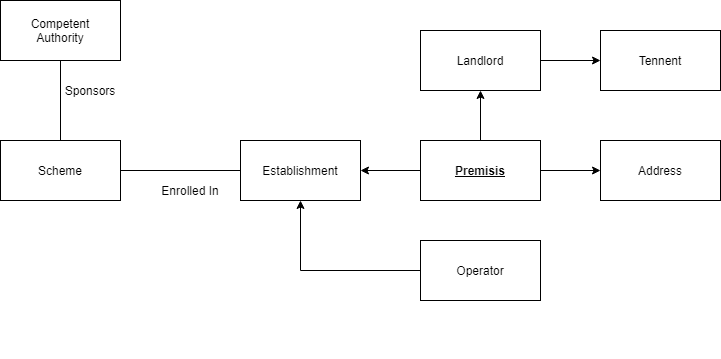
Before: docs/entities/diagrams/Scheme.png, a diagram exported from draw.io (sheppard-ds/NH_ADMM). Source tidied: cells renumbered, new cells last; positions are measured from the earlier drawing's top-left corner, leaving out a move shared by most shapes. Source of this version:
```xml
<mxGraphModel>
  <root>
    <mxCell id="0" />
    <mxCell id="1" parent="0" />
    <mxCell id="2" value="Scheme" style="rounded=0;whiteSpace=wrap;html=1;" parent="1" vertex="1">
      <mxGeometry y="140" width="120" height="60" as="geometry" />
    </mxCell>
    <mxCell id="3" value="Establishment" style="rounded=0;whiteSpace=wrap;html=1;" parent="1" vertex="1">
      <mxGeometry x="240" y="140" width="120" height="60" as="geometry" />
    </mxCell>
    <mxCell id="4" value="Competent&lt;br&gt;Authority" style="rounded=0;whiteSpace=wrap;html=1;" parent="1" vertex="1">
      <mxGeometry width="120" height="60" as="geometry" />
    </mxCell>
    <mxCell id="5" style="edgeStyle=none;rounded=0;orthogonalLoop=1;jettySize=auto;html=1;entryX=1;entryY=0.5;entryDx=0;entryDy=0;" parent="1" edge="1">
      <mxGeometry relative="1" as="geometry">
        <mxPoint x="230" y="350" as="sourcePoint" />
        <mxPoint x="230" y="350" as="targetPoint" />
      </mxGeometry>
    </mxCell>
    <mxCell id="6" style="endArrow=none;html=1;entryX=0;entryY=0.5;entryDx=0;entryDy=0;exitX=1;exitY=0.5;exitDx=0;exitDy=0;" parent="1" edge="1">
      <mxGeometry relative="1" as="geometry">
        <mxPoint x="120" y="170" as="sourcePoint" />
        <mxPoint x="240" y="170" as="targetPoint" />
      </mxGeometry>
    </mxCell>
    <mxCell id="7" value="Enrolled In" style="text;html=1;strokeColor=none;fillColor=none;align=center;verticalAlign=middle;whiteSpace=wrap;rounded=0;" parent="1" vertex="1">
      <mxGeometry x="160" y="180" width="60" height="20" as="geometry" />
    </mxCell>
    <mxCell id="8" style="endArrow=none;html=1;entryX=0.5;entryY=1;entryDx=0;entryDy=0;exitX=0.5;exitY=0;exitDx=0;exitDy=0;" parent="1" edge="1" source="2" target="4">
      <mxGeometry relative="1" as="geometry" />
    </mxCell>
    <mxCell id="9" value="Sponsors" style="text;html=1;strokeColor=none;fillColor=none;align=center;verticalAlign=middle;whiteSpace=wrap;rounded=0;" parent="1" vertex="1">
      <mxGeometry x="70" y="80" width="40" height="20" as="geometry" />
    </mxCell>
    <mxCell id="10" style="edgeStyle=orthogonalEdgeStyle;rounded=0;jettySize=auto;html=1;" parent="1" edge="1" source="13" target="3">
      <mxGeometry relative="1" as="geometry" />
    </mxCell>
    <mxCell id="11" style="edgeStyle=orthogonalEdgeStyle;rounded=0;jettySize=auto;html=1;" parent="1" edge="1" source="13" target="14">
      <mxGeometry relative="1" as="geometry" />
    </mxCell>
    <mxCell id="12" style="edgeStyle=orthogonalEdgeStyle;rounded=0;jettySize=auto;html=1;" parent="1" edge="1" source="13" target="16">
      <mxGeometry relative="1" as="geometry" />
    </mxCell>
    <mxCell id="13" value="&lt;b&gt;&lt;u&gt;Premisis&lt;/u&gt;&lt;/b&gt;" style="rounded=0;whiteSpace=wrap;html=1;" parent="1" vertex="1">
      <mxGeometry x="420" y="140" width="120" height="60" as="geometry" />
    </mxCell>
    <mxCell id="14" value="Address" style="rounded=0;whiteSpace=wrap;html=1;" parent="1" vertex="1">
      <mxGeometry x="600" y="140" width="120" height="60" as="geometry" />
    </mxCell>
    <mxCell id="15" style="edgeStyle=orthogonalEdgeStyle;rounded=0;jettySize=auto;html=1;" parent="1" edge="1" source="16" target="19">
      <mxGeometry relative="1" as="geometry" />
    </mxCell>
    <mxCell id="16" value="Landlord" style="rounded=0;whiteSpace=wrap;html=1;" parent="1" vertex="1">
      <mxGeometry x="420" y="30" width="120" height="60" as="geometry" />
    </mxCell>
    <mxCell id="17" style="edgeStyle=orthogonalEdgeStyle;rounded=0;jettySize=auto;html=1;entryX=0.5;entryY=1;entryDx=0;entryDy=0;" parent="1" edge="1" source="18" target="3">
      <mxGeometry relative="1" as="geometry" />
    </mxCell>
    <mxCell id="18" value="Operator" style="rounded=0;whiteSpace=wrap;html=1;" parent="1" vertex="1">
      <mxGeometry x="420" y="240" width="120" height="60" as="geometry" />
    </mxCell>
    <mxCell id="19" value="Tennent" style="rounded=0;whiteSpace=wrap;html=1;" parent="1" vertex="1">
      <mxGeometry x="600" y="30" width="120" height="60" as="geometry" />
    </mxCell>
  </root>
</mxGraphModel>
```
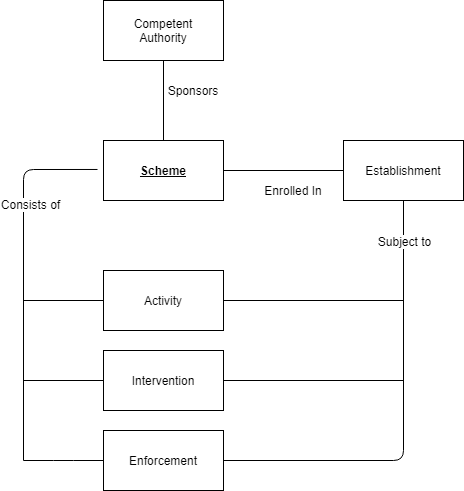
Later version of the same file.

The edit, as a diff of the source:
```diff
@@ -2,21 +2,82 @@
   <root>
     <mxCell id="0" />
     <mxCell id="1" parent="0" />
-    <mxCell id="2" value="Scheme" style="rounded=0;whiteSpace=wrap;html=1;" parent="1" vertex="1">
+    <mxCell id="2" value="&lt;b&gt;&lt;u&gt;Scheme&lt;/u&gt;&lt;/b&gt;" style="rounded=0;whiteSpace=wrap;html=1;" parent="1" vertex="1">
       <mxGeometry y="140" width="120" height="60" as="geometry" />
     </mxCell>
+    <mxCell id="20" value="Intervention" style="rounded=0;whiteSpace=wrap;html=1;" parent="1" vertex="1">
+      <mxGeometry y="350" width="120" height="60" as="geometry" />
+    </mxCell>
+    <mxCell id="21" value="Enforcement" style="rounded=0;whiteSpace=wrap;html=1;" parent="1" vertex="1">
+      <mxGeometry y="430" width="120" height="60" as="geometry" />
+    </mxCell>
     <mxCell id="3" value="Establishment" style="rounded=0;whiteSpace=wrap;html=1;" parent="1" vertex="1">
       <mxGeometry x="240" y="140" width="120" height="60" as="geometry" />
     </mxCell>
     <mxCell id="4" value="Competent&lt;br&gt;Authority" style="rounded=0;whiteSpace=wrap;html=1;" parent="1" vertex="1">
       <mxGeometry width="120" height="60" as="geometry" />
     </mxCell>
+    <mxCell id="22" style="endArrow=none;html=1;exitX=0;exitY=0.5;exitDx=0;exitDy=0;" parent="1" edge="1">
+      <mxGeometry relative="1" as="geometry">
+        <mxPoint y="300" as="sourcePoint" />
+        <mxPoint x="-80" y="300" as="targetPoint" />
+      </mxGeometry>
+    </mxCell>
+    <mxCell id="23" style="endArrow=none;html=1;exitX=0;exitY=0.5;exitDx=0;exitDy=0;" parent="1" edge="1" source="20">
+      <mxGeometry relative="1" as="geometry">
+        <mxPoint x="-80" y="380" as="targetPoint" />
+      </mxGeometry>
+    </mxCell>
+    <mxCell id="24" style="endArrow=none;html=1;exitX=0;exitY=0.5;exitDx=0;exitDy=0;" parent="1" edge="1" source="21">
+      <mxGeometry relative="1" as="geometry">
+        <mxPoint x="-80" y="460" as="targetPoint" />
+        <Array as="points">
+          <mxPoint x="-40" y="460" />
+        </Array>
+      </mxGeometry>
+    </mxCell>
+    <mxCell id="25" style="endArrow=none;html=1;entryX=-0.05;entryY=0.483;entryDx=0;entryDy=0;entryPerimeter=0;" parent="1" edge="1" target="2">
+      <mxGeometry relative="1" as="geometry">
+        <mxPoint x="-80" y="460" as="sourcePoint" />
+        <Array as="points">
+          <mxPoint x="-80" y="169" />
+        </Array>
+      </mxGeometry>
+    </mxCell>
+    <mxCell id="26" value="Consists of" style="text;html=1;align=center;verticalAlign=middle;labelBackgroundColor=#ffffff;" parent="25" vertex="1">
+      <mxGeometry x="0.4" y="-6" relative="1" as="geometry">
+        <mxPoint y="-1" as="offset" />
+      </mxGeometry>
+    </mxCell>
+    <mxCell id="27" style="endArrow=none;html=1;entryX=0.5;entryY=1;entryDx=0;entryDy=0;exitX=1;exitY=0.5;exitDx=0;exitDy=0;" parent="1" edge="1" source="21" target="3">
+      <mxGeometry relative="1" as="geometry">
+        <Array as="points">
+          <mxPoint x="300" y="460" />
+        </Array>
+      </mxGeometry>
+    </mxCell>
+    <mxCell id="28" value="Subject to" style="text;html=1;align=center;verticalAlign=middle;labelBackgroundColor=#ffffff;" parent="27" vertex="1">
+      <mxGeometry x="0.4" y="-6" relative="1" as="geometry">
+        <mxPoint x="-6" y="-92" as="offset" />
+      </mxGeometry>
+    </mxCell>
+    <mxCell id="29" style="endArrow=none;html=1;" parent="1" edge="1">
+      <mxGeometry relative="1" as="geometry">
+        <mxPoint x="120" y="300" as="sourcePoint" />
+        <mxPoint x="300" y="300" as="targetPoint" />
+      </mxGeometry>
+    </mxCell>
     <mxCell id="5" style="edgeStyle=none;rounded=0;orthogonalLoop=1;jettySize=auto;html=1;entryX=1;entryY=0.5;entryDx=0;entryDy=0;" parent="1" edge="1">
       <mxGeometry relative="1" as="geometry">
-        <mxPoint x="230" y="350" as="sourcePoint" />
-        <mxPoint x="230" y="350" as="targetPoint" />
+        <mxPoint x="120" y="300" as="sourcePoint" />
+        <mxPoint x="120" y="300" as="targetPoint" />
       </mxGeometry>
     </mxCell>
+    <mxCell id="30" style="endArrow=none;html=1;exitX=1;exitY=0.5;exitDx=0;exitDy=0;" parent="1" edge="1" source="20">
+      <mxGeometry relative="1" as="geometry">
+        <mxPoint x="300" y="380" as="targetPoint" />
+      </mxGeometry>
+    </mxCell>
     <mxCell id="6" style="endArrow=none;html=1;entryX=0;entryY=0.5;entryDx=0;entryDy=0;exitX=1;exitY=0.5;exitDx=0;exitDy=0;" parent="1" edge="1">
       <mxGeometry relative="1" as="geometry">
         <mxPoint x="120" y="170" as="sourcePoint" />
@@ -32,35 +93,8 @@
     <mxCell id="9" value="Sponsors" style="text;html=1;strokeColor=none;fillColor=none;align=center;verticalAlign=middle;whiteSpace=wrap;rounded=0;" parent="1" vertex="1">
       <mxGeometry x="70" y="80" width="40" height="20" as="geometry" />
     </mxCell>
-    <mxCell id="10" style="edgeStyle=orthogonalEdgeStyle;rounded=0;jettySize=auto;html=1;" parent="1" edge="1" source="13" target="3">
-      <mxGeometry relative="1" as="geometry" />
-    </mxCell>
-    <mxCell id="11" style="edgeStyle=orthogonalEdgeStyle;rounded=0;jettySize=auto;html=1;" parent="1" edge="1" source="13" target="14">
-      <mxGeometry relative="1" as="geometry" />
-    </mxCell>
-    <mxCell id="12" style="edgeStyle=orthogonalEdgeStyle;rounded=0;jettySize=auto;html=1;" parent="1" edge="1" source="13" target="16">
-      <mxGeometry relative="1" as="geometry" />
-    </mxCell>
-    <mxCell id="13" value="&lt;b&gt;&lt;u&gt;Premisis&lt;/u&gt;&lt;/b&gt;" style="rounded=0;whiteSpace=wrap;html=1;" parent="1" vertex="1">
-      <mxGeometry x="420" y="140" width="120" height="60" as="geometry" />
-    </mxCell>
-    <mxCell id="14" value="Address" style="rounded=0;whiteSpace=wrap;html=1;" parent="1" vertex="1">
-      <mxGeometry x="600" y="140" width="120" height="60" as="geometry" />
-    </mxCell>
-    <mxCell id="15" style="edgeStyle=orthogonalEdgeStyle;rounded=0;jettySize=auto;html=1;" parent="1" edge="1" source="16" target="19">
-      <mxGeometry relative="1" as="geometry" />
-    </mxCell>
-    <mxCell id="16" value="Landlord" style="rounded=0;whiteSpace=wrap;html=1;" parent="1" vertex="1">
-      <mxGeometry x="420" y="30" width="120" height="60" as="geometry" />
-    </mxCell>
-    <mxCell id="17" style="edgeStyle=orthogonalEdgeStyle;rounded=0;jettySize=auto;html=1;entryX=0.5;entryY=1;entryDx=0;entryDy=0;" parent="1" edge="1" source="18" target="3">
-      <mxGeometry relative="1" as="geometry" />
-    </mxCell>
-    <mxCell id="18" value="Operator" style="rounded=0;whiteSpace=wrap;html=1;" parent="1" vertex="1">
-      <mxGeometry x="420" y="240" width="120" height="60" as="geometry" />
-    </mxCell>
-    <mxCell id="19" value="Tennent" style="rounded=0;whiteSpace=wrap;html=1;" parent="1" vertex="1">
-      <mxGeometry x="600" y="30" width="120" height="60" as="geometry" />
-    </mxCell>
+    <mxCell id="31" value="Activity" style="rounded=0;whiteSpace=wrap;html=1;" parent="1" vertex="1">
+      <mxGeometry y="270" width="120" height="60" as="geometry" />
+    </mxCell>
   </root>
 </mxGraphModel>
```
